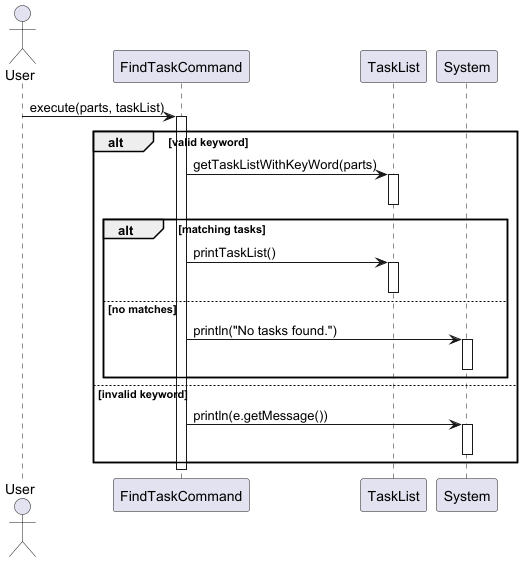
The PlantUML diagram docs/diagrams/tasklistcommands/FindTaskCommandSequenceDiagram.png in wongyihao02/tp, before a commit.
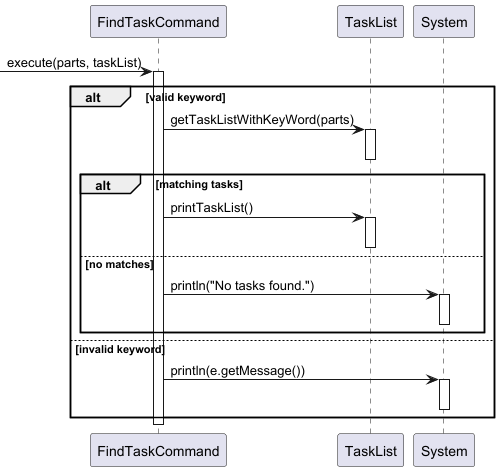
After the change.

The edit, as a diff of the source:
```diff
@@ -1,12 +1,10 @@
 @startuml
-
-actor User
 
 participant "FindTaskCommand" as FindCmd
 participant "TaskList" as TaskList
 participant "System" as Console
 
-User -> FindCmd : execute(parts, taskList)
+-> FindCmd : execute(parts, taskList)
 activate FindCmd
 
 alt valid keyword
```
